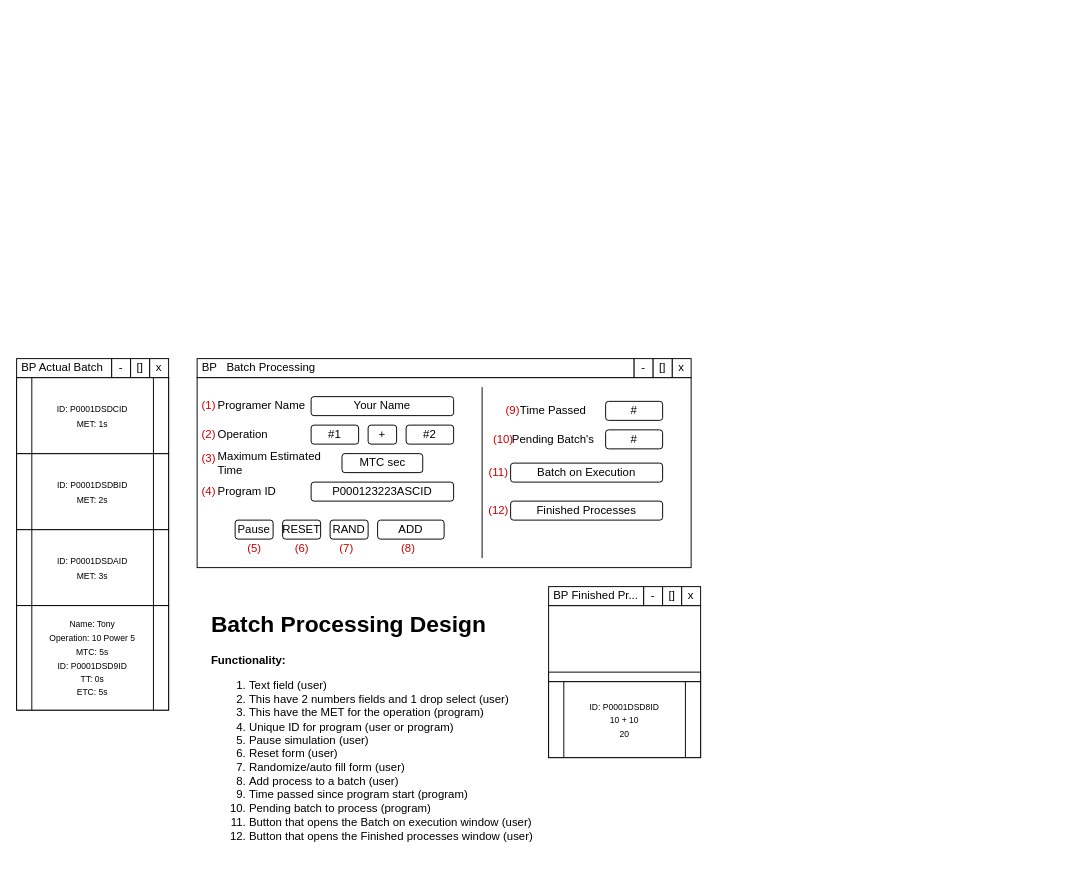
Earlier version of the draw.io diagram design/BP_Designs.drawio (Rafael-Espinosa-Bramasco/Batch-Processing). Source tidied: cells renumbered, new cells numbered last; positions are measured from the earlier drawing's top-left corner, leaving out a move shared by most shapes. Both pictures are drawn from the tidied source at 95%, with x=0, y=0 at pixel (16, 358).
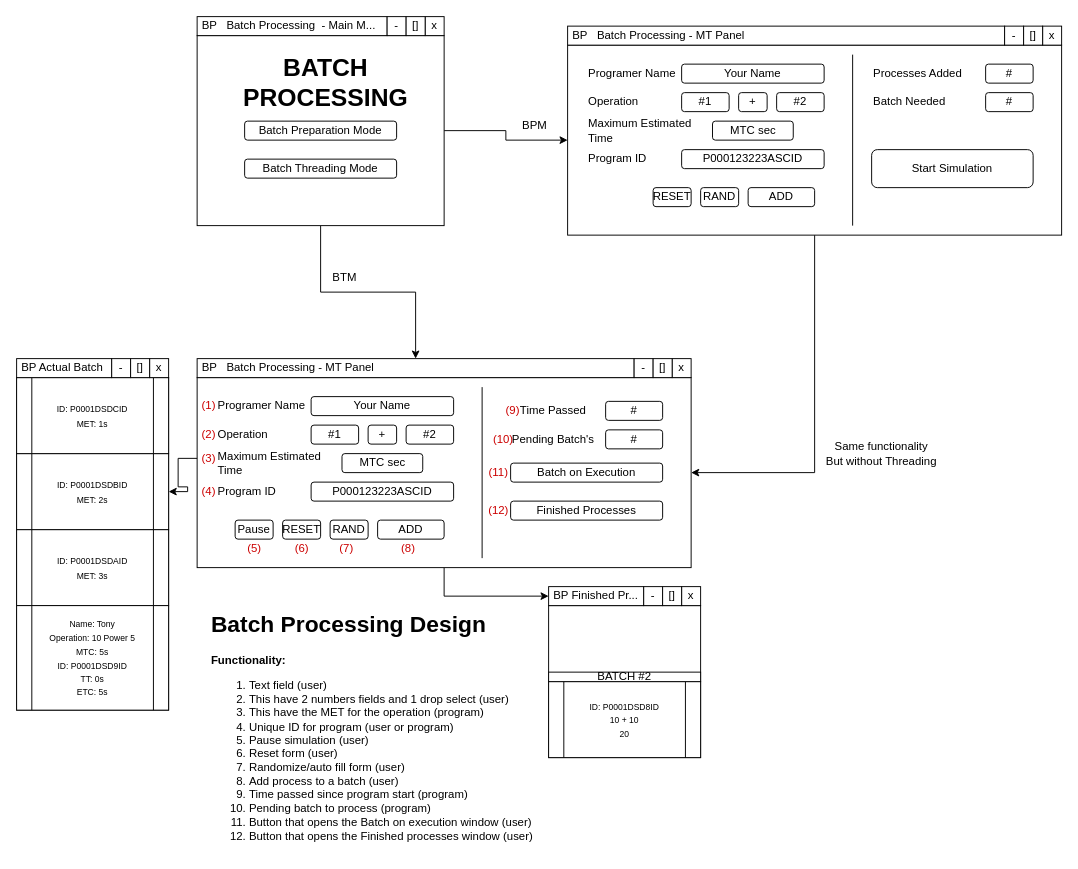
After the change.

Commit message (it also covers changes not shown here):
Design modified, program flux divided on 2 parts (BTM and BPM)

The change refers to these unchanged cells:
```xml
<mxCell id="2" style="rounded=0;whiteSpace=wrap;html=1;" parent="1" vertex="1">
  <mxGeometry x="190" y="20" width="520" height="200" as="geometry" />
</mxCell>
<mxCell id="18" value="&lt;font style=&quot;font-size: 9px;&quot;&gt;ID: P0001DSDBID&lt;br&gt;MET: 2s&lt;/font&gt;" style="shape=process;whiteSpace=wrap;html=1;backgroundOutline=1;" parent="1" vertex="1">
  <mxGeometry y="100" width="160" height="80" as="geometry" />
</mxCell>
<mxCell id="40" value="&amp;nbsp;BP Finished Pr..." style="rounded=0;whiteSpace=wrap;html=1;align=left;" parent="1" vertex="1">
  <mxGeometry x="560" y="240" width="100" height="20" as="geometry" />
</mxCell>
<mxCell id="47" value="(3)" style="text;html=1;strokeColor=none;fillColor=none;align=center;verticalAlign=middle;whiteSpace=wrap;rounded=0;fontColor=#CC0000;" parent="1" vertex="1">
  <mxGeometry x="190" y="95" width="25" height="20" as="geometry" />
</mxCell>
```

What changed in the source:
```diff
@@
+    <mxCell id="57" style="edgeStyle=orthogonalEdgeStyle;rounded=0;jettySize=auto;html=1;entryX=0;entryY=0.5;entryDx=0;entryDy=0;" parent="1" edge="1" source="2" target="40">
+      <mxGeometry relative="1" as="geometry" />
+    </mxCell>
@@
-    <mxCell id="25" style="rounded=0;whiteSpace=wrap;html=1;fillColor=#FFFFFF;" parent="1" vertex="1">
+    <mxCell id="25" value="&lt;font color=&quot;#000000&quot;&gt;BATCH #2&lt;/font&gt;" style="rounded=0;whiteSpace=wrap;html=1;fillColor=#FFFFFF;" parent="1" vertex="1">
       <mxGeometry x="560" y="330" width="160" height="10" as="geometry" />
     </mxCell>
@@
-    <mxCell id="33" value="&amp;nbsp;BP&amp;nbsp; &amp;nbsp;Batch Processing" style="rounded=0;whiteSpace=wrap;html=1;align=left;" parent="1" vertex="1">
+    <mxCell id="33" value="&amp;nbsp;BP&amp;nbsp; &amp;nbsp;Batch Processing - MT Panel" style="rounded=0;whiteSpace=wrap;html=1;align=left;" parent="1" vertex="1">
       <mxGeometry x="190" width="460" height="20" as="geometry" />
     </mxCell>
@@
+    <mxCell id="58" style="edgeStyle=orthogonalEdgeStyle;rounded=0;jettySize=auto;html=1;entryX=1;entryY=0.5;entryDx=0;entryDy=0;" parent="1" edge="1" source="47" target="18">
+      <mxGeometry relative="1" as="geometry" />
+    </mxCell>
@@
+    <mxCell id="59" style="edgeStyle=orthogonalEdgeStyle;rounded=0;jettySize=auto;html=1;entryX=0.5;entryY=0;entryDx=0;entryDy=0;" parent="1" edge="1" source="61" target="33">
+      <mxGeometry relative="1" as="geometry" />
+    </mxCell>
+    <mxCell id="60" style="edgeStyle=orthogonalEdgeStyle;rounded=0;jettySize=auto;html=1;entryX=0;entryY=0.5;entryDx=0;entryDy=0;" parent="1" edge="1" source="61" target="71">
+      <mxGeometry relative="1" as="geometry" />
+    </mxCell>
+    <mxCell id="61" style="rounded=0;whiteSpace=wrap;html=1;" parent="1" vertex="1">
+      <mxGeometry x="190" y="-340" width="260" height="200" as="geometry" />
+    </mxCell>
+    <mxCell id="62" value="&amp;nbsp;BP&amp;nbsp; &amp;nbsp;Batch Processing&amp;nbsp; - Main M..." style="rounded=0;whiteSpace=wrap;html=1;align=left;" parent="1" vertex="1">
+      <mxGeometry x="190" y="-360" width="200" height="20" as="geometry" />
+    </mxCell>
+    <mxCell id="63" value="-" style="rounded=0;whiteSpace=wrap;html=1;align=center;" parent="1" vertex="1">
+      <mxGeometry x="390" y="-360" width="20" height="20" as="geometry" />
+    </mxCell>
+    <mxCell id="64" value="x" style="rounded=0;whiteSpace=wrap;html=1;align=center;" parent="1" vertex="1">
+      <mxGeometry x="430" y="-360" width="20" height="20" as="geometry" />
+    </mxCell>
+    <mxCell id="65" value="[]" style="rounded=0;whiteSpace=wrap;html=1;align=center;" parent="1" vertex="1">
+      <mxGeometry x="410" y="-360" width="20" height="20" as="geometry" />
+    </mxCell>
+    <mxCell id="66" value="Batch Preparation Mode" style="rounded=1;whiteSpace=wrap;html=1;fillColor=#FFFFFF;fontColor=#000000;" parent="1" vertex="1">
+      <mxGeometry x="240" y="-250" width="160" height="20" as="geometry" />
+    </mxCell>
+    <mxCell id="67" value="Batch Threading Mode" style="rounded=1;whiteSpace=wrap;html=1;fillColor=#FFFFFF;fontColor=#000000;" parent="1" vertex="1">
+      <mxGeometry x="240" y="-210" width="160" height="20" as="geometry" />
+    </mxCell>
+    <mxCell id="68" value="BATCH&lt;br&gt;PROCESSING" style="text;html=1;align=center;verticalAlign=middle;strokeColor=none;fillColor=none;fontStyle=1;fontSize=26;" parent="1" vertex="1">
+      <mxGeometry x="225" y="-330" width="200" height="80" as="geometry" />
+    </mxCell>
+    <mxCell id="69" value="BTM" style="text;html=1;align=center;verticalAlign=middle;strokeColor=none;fillColor=none;" parent="1" vertex="1">
+      <mxGeometry x="320" y="-100" width="50" height="30" as="geometry" />
+    </mxCell>
+    <mxCell id="70" style="edgeStyle=orthogonalEdgeStyle;rounded=0;jettySize=auto;html=1;entryX=1;entryY=0.5;entryDx=0;entryDy=0;" parent="1" edge="1" source="71" target="2">
+      <mxGeometry relative="1" as="geometry" />
+    </mxCell>
+    <mxCell id="71" style="rounded=0;whiteSpace=wrap;html=1;" parent="1" vertex="1">
+      <mxGeometry x="580" y="-330" width="520" height="200" as="geometry" />
+    </mxCell>
+    <mxCell id="72" value="Your Name" style="rounded=1;whiteSpace=wrap;html=1;" parent="1" vertex="1">
+      <mxGeometry x="700" y="-310" width="150" height="20" as="geometry" />
+    </mxCell>
+    <mxCell id="73" value="MTC sec" style="rounded=1;whiteSpace=wrap;html=1;" parent="1" vertex="1">
+      <mxGeometry x="732.5" y="-250" width="85" height="20" as="geometry" />
+    </mxCell>
+    <mxCell id="74" value="P000123223ASCID" style="rounded=1;whiteSpace=wrap;html=1;" parent="1" vertex="1">
+      <mxGeometry x="700" y="-220" width="150" height="20" as="geometry" />
+    </mxCell>
+    <mxCell id="75" value="#1" style="rounded=1;whiteSpace=wrap;html=1;" parent="1" vertex="1">
+      <mxGeometry x="700" y="-280" width="50" height="20" as="geometry" />
+    </mxCell>
+    <mxCell id="76" value="#2" style="rounded=1;whiteSpace=wrap;html=1;" parent="1" vertex="1">
+      <mxGeometry x="800" y="-280" width="50" height="20" as="geometry" />
+    </mxCell>
+    <mxCell id="77" value="+" style="rounded=1;whiteSpace=wrap;html=1;fillColor=#FFFFFF;fontColor=#000000;" parent="1" vertex="1">
+      <mxGeometry x="760" y="-280" width="30" height="20" as="geometry" />
+    </mxCell>
+    <mxCell id="78" value="Programer Name" style="text;html=1;strokeColor=none;fillColor=none;align=left;verticalAlign=middle;whiteSpace=wrap;rounded=0;" parent="1" vertex="1">
+      <mxGeometry x="600" y="-315" width="100" height="30" as="geometry" />
+    </mxCell>
+    <mxCell id="79" value="Operation" style="text;html=1;strokeColor=none;fillColor=none;align=left;verticalAlign=middle;whiteSpace=wrap;rounded=0;" parent="1" vertex="1">
+      <mxGeometry x="600" y="-285" width="100" height="30" as="geometry" />
+    </mxCell>
+    <mxCell id="80" value="Maximum Estimated Time" style="text;html=1;strokeColor=none;fillColor=none;align=left;verticalAlign=middle;whiteSpace=wrap;rounded=0;" parent="1" vertex="1">
+      <mxGeometry x="600" y="-255" width="130" height="30" as="geometry" />
+    </mxCell>
+    <mxCell id="81" value="Program ID" style="text;html=1;strokeColor=none;fillColor=none;align=left;verticalAlign=middle;whiteSpace=wrap;rounded=0;" parent="1" vertex="1">
+      <mxGeometry x="600" y="-225" width="100" height="30" as="geometry" />
+    </mxCell>
+    <mxCell id="82" value="ADD" style="rounded=1;whiteSpace=wrap;html=1;fillColor=#FFFFFF;fontColor=#000000;" parent="1" vertex="1">
+      <mxGeometry x="770" y="-180" width="70" height="20" as="geometry" />
+    </mxCell>
+    <mxCell id="83" value="RAND" style="rounded=1;whiteSpace=wrap;html=1;fillColor=#FFFFFF;fontColor=#000000;" parent="1" vertex="1">
+      <mxGeometry x="720" y="-180" width="40" height="20" as="geometry" />
+    </mxCell>
+    <mxCell id="84" value="RESET" style="rounded=1;whiteSpace=wrap;html=1;fillColor=#FFFFFF;fontColor=#000000;" parent="1" vertex="1">
+      <mxGeometry x="670" y="-180" width="40" height="20" as="geometry" />
+    </mxCell>
+    <mxCell id="85" value="&amp;nbsp;BP&amp;nbsp; &amp;nbsp;Batch Processing - MT Panel" style="rounded=0;whiteSpace=wrap;html=1;align=left;" parent="1" vertex="1">
+      <mxGeometry x="580" y="-350" width="460" height="20" as="geometry" />
+    </mxCell>
+    <mxCell id="86" value="-" style="rounded=0;whiteSpace=wrap;html=1;align=center;" parent="1" vertex="1">
+      <mxGeometry x="1040" y="-350" width="20" height="20" as="geometry" />
+    </mxCell>
+    <mxCell id="87" value="x" style="rounded=0;whiteSpace=wrap;html=1;align=center;" parent="1" vertex="1">
+      <mxGeometry x="1080" y="-350" width="20" height="20" as="geometry" />
+    </mxCell>
+    <mxCell id="88" value="[]" style="rounded=0;whiteSpace=wrap;html=1;align=center;" parent="1" vertex="1">
+      <mxGeometry x="1060" y="-350" width="20" height="20" as="geometry" />
+    </mxCell>
+    <mxCell id="89" value="BPM" style="text;html=1;align=center;verticalAlign=middle;strokeColor=none;fillColor=none;" parent="1" vertex="1">
+      <mxGeometry x="520" y="-260" width="50" height="30" as="geometry" />
+    </mxCell>
+    <mxCell id="90" value="Processes Added" style="text;html=1;strokeColor=none;fillColor=none;align=left;verticalAlign=middle;whiteSpace=wrap;rounded=0;" parent="1" vertex="1">
+      <mxGeometry x="900" y="-315" width="100" height="30" as="geometry" />
+    </mxCell>
+    <mxCell id="91" value="Batch Needed" style="text;html=1;strokeColor=none;fillColor=none;align=left;verticalAlign=middle;whiteSpace=wrap;rounded=0;" parent="1" vertex="1">
+      <mxGeometry x="900" y="-285" width="100" height="30" as="geometry" />
+    </mxCell>
+    <mxCell id="92" value="#" style="rounded=1;whiteSpace=wrap;html=1;" parent="1" vertex="1">
+      <mxGeometry x="1020" y="-310" width="50" height="20" as="geometry" />
+    </mxCell>
+    <mxCell id="93" value="#" style="rounded=1;whiteSpace=wrap;html=1;" parent="1" vertex="1">
+      <mxGeometry x="1020" y="-280" width="50" height="20" as="geometry" />
+    </mxCell>
+    <mxCell id="94" style="endArrow=none;html=1;rounded=0;" parent="1" edge="1">
+      <mxGeometry relative="1" as="geometry">
+        <mxPoint x="880" y="-140" as="sourcePoint" />
+        <mxPoint x="880" y="-320" as="targetPoint" />
+      </mxGeometry>
+    </mxCell>
+    <mxCell id="95" value="Start Simulation" style="rounded=1;whiteSpace=wrap;html=1;fillColor=#FFFFFF;fontColor=#000000;" parent="1" vertex="1">
+      <mxGeometry x="900" y="-220" width="170" height="40" as="geometry" />
+    </mxCell>
+    <mxCell id="96" value="Same functionality&lt;br&gt;But without Threading" style="text;html=1;align=center;verticalAlign=middle;strokeColor=none;fillColor=none;" parent="1" vertex="1">
+      <mxGeometry x="840" y="80" width="140" height="40" as="geometry" />
+    </mxCell>
```
